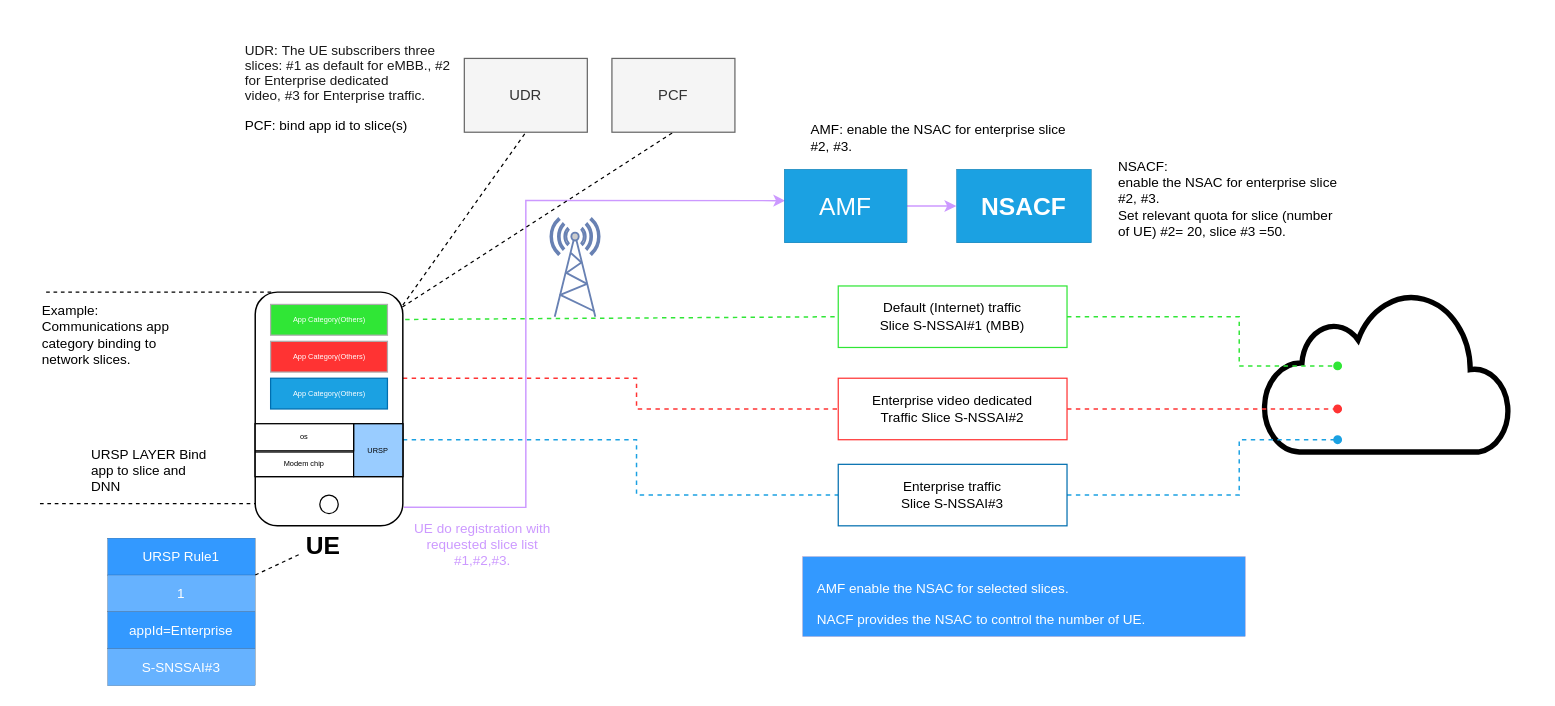
Earlier version of the draw.io diagram demo.drawio (YoungBreezeM/drawio). Source tidied: cells renumbered, new cells numbered last; positions are measured from the earlier drawing's top-left corner, leaving out a move shared by most shapes. Both pictures are drawn from the tidied source at 123%, with x=0, y=0 at pixel (39, 21).
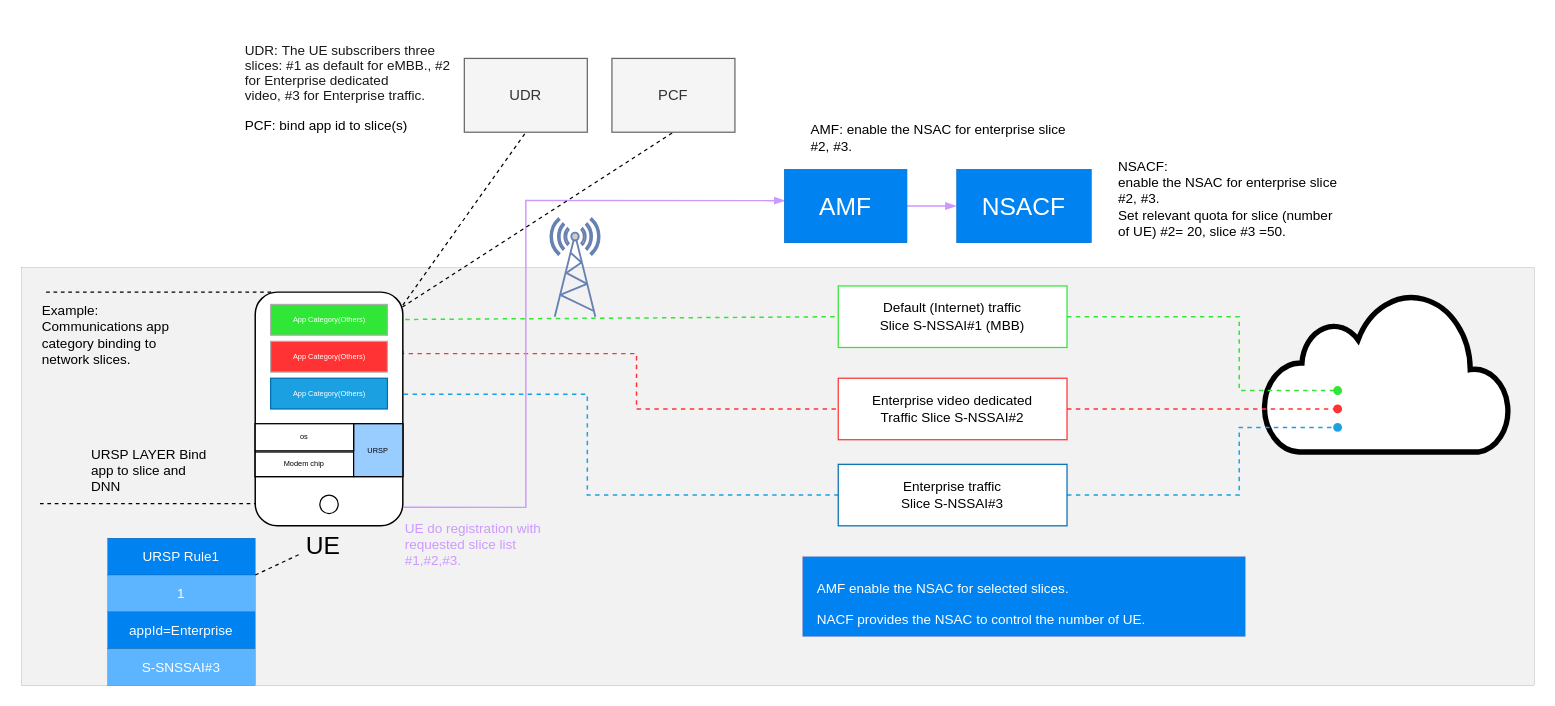
The same diagram, later.

The change refers to these unchanged cells:
```xml
<mxCell id="8" style="rounded=1;whiteSpace=wrap;html=1;strokeWidth=1.2;" parent="1" vertex="1">
  <mxGeometry x="175" y="220" width="120" height="190" as="geometry" />
</mxCell>
<mxCell id="23" value="&lt;p style=&quot;margin-top: 0pt; margin-bottom: 0pt; font-size: 11px;&quot;&gt;&lt;span style=&quot;font-size: 11px; font-family: &amp;quot;Ericsson Hilda&amp;quot;;&quot;&gt;Default (Internet) traffic&lt;br style=&quot;font-size: 11px;&quot;&gt;Slice S-NSSAI#1 (MBB)&lt;/span&gt;&lt;/p&gt;" style="rounded=0;whiteSpace=wrap;html=1;strokeColor=#30E636;fillColor=#FFFFFF;fontColor=#000000;fontSize=11;" parent="1" vertex="1">
  <mxGeometry x="649" y="215" width="186" height="50" as="geometry" />
</mxCell>
<mxCell id="25" value="&lt;p style=&quot;margin-top: 0pt; margin-bottom: 0pt; font-size: 11px;&quot;&gt;&lt;span style=&quot;font-size: 11px; font-family: &amp;quot;Ericsson Hilda&amp;quot;;&quot;&gt;Enterprise video dedicated&lt;br style=&quot;font-size: 11px;&quot;&gt;Traffic Slice S-NSSAI#2&lt;/span&gt;&lt;/p&gt;" style="rounded=0;whiteSpace=wrap;html=1;strokeColor=#FF3333;fillColor=#FFFFFF;fontColor=#000000;fontSize=11;" parent="1" vertex="1">
  <mxGeometry x="649" y="290" width="186" height="50" as="geometry" />
</mxCell>
<mxCell id="28" value="&lt;p style=&quot;margin-top: 0pt; margin-bottom: 0pt; font-size: 11px;&quot;&gt;&lt;span style=&quot;font-size: 11px; font-family: &amp;quot;Ericsson Hilda&amp;quot;;&quot;&gt;Enterprise traffic &lt;br style=&quot;font-size: 11px;&quot;&gt;Slice S-NSSAI#3&lt;/span&gt;&lt;/p&gt;" style="rounded=0;whiteSpace=wrap;html=1;strokeColor=#006EAF;fillColor=#FFFFFF;fontColor=#000000;fontSize=11;" parent="1" vertex="1">
  <mxGeometry x="649" y="360" width="186" height="50" as="geometry" />
</mxCell>
```

Change to the diagram source:
```diff
@@
+    <mxCell id="47" style="rounded=0;whiteSpace=wrap;html=1;strokeWidth=0;fontSize=6;fillColor=#F2F2F2;fontColor=#CCCCCC;" parent="1" vertex="1">
+      <mxGeometry x="-15" y="200" width="1230" height="340" as="geometry" />
+    </mxCell>
@@
-    <mxCell id="5" style="edgeStyle=orthogonalEdgeStyle;rounded=0;jettySize=auto;html=1;entryX=0;entryY=0.5;entryDx=0;entryDy=0;dashed=1;strokeColor=#FF3333;strokeWidth=1.2;fontSize=20;fontColor=#000000;endArrow=none;endFill=0;" parent="1" edge="1" source="8" target="25">
+    <mxCell id="5" style="edgeStyle=orthogonalEdgeStyle;rounded=0;jettySize=auto;html=1;entryX=0;entryY=0.5;entryDx=0;entryDy=0;dashed=1;strokeColor=#FF3333;strokeWidth=1.2;fontSize=20;fontColor=#000000;endArrow=none;endFill=0;exitX=1;exitY=0.25;exitDx=0;exitDy=0;" parent="1" edge="1" source="8" target="25">
       <mxGeometry relative="1" as="geometry">
         <Array as="points">
-          <mxPoint x="485" y="290" />
+          <mxPoint x="295" y="270" />
+          <mxPoint x="485" y="270" />
           <mxPoint x="485" y="315" />
         </Array>
       </mxGeometry>
     </mxCell>
-    <mxCell id="6" style="edgeStyle=orthogonalEdgeStyle;rounded=0;jettySize=auto;html=1;entryX=0;entryY=0.5;entryDx=0;entryDy=0;dashed=1;strokeColor=#1BA1E2;strokeWidth=1.2;fontSize=20;fontColor=#000000;endArrow=none;endFill=0;" parent="1" edge="1" source="8" target="28">
+    <mxCell id="6" style="edgeStyle=orthogonalEdgeStyle;rounded=0;jettySize=auto;html=1;entryX=0;entryY=0.5;entryDx=0;entryDy=0;dashed=1;strokeColor=#1BA1E2;strokeWidth=1.2;fontSize=20;fontColor=#000000;endArrow=none;endFill=0;exitX=1.006;exitY=0.437;exitDx=0;exitDy=0;exitPerimeter=0;" parent="1" edge="1" source="8" target="28">
       <mxGeometry relative="1" as="geometry">
         <Array as="points">
-          <mxPoint x="485" y="340" />
-          <mxPoint x="485" y="385" />
+          <mxPoint x="445" y="303" />
+          <mxPoint x="445" y="385" />
         </Array>
       </mxGeometry>
     </mxCell>
-    <mxCell id="7" style="edgeStyle=orthogonalEdgeStyle;rounded=0;jettySize=auto;html=1;entryX=0.009;entryY=0.427;entryDx=0;entryDy=0;entryPerimeter=0;strokeColor=#CC99FF;strokeWidth=1.2;fontSize=12;fontColor=#FFFFFF;endArrow=classic;endFill=1;exitX=1.008;exitY=0.921;exitDx=0;exitDy=0;exitPerimeter=0;" parent="1" edge="1" source="8" target="38">
+    <mxCell id="7" style="edgeStyle=orthogonalEdgeStyle;rounded=0;jettySize=auto;html=1;entryX=0.009;entryY=0.427;entryDx=0;entryDy=0;entryPerimeter=0;strokeColor=#CC99FF;strokeWidth=1.2;fontSize=12;fontColor=#FFFFFF;endArrow=blockThin;endFill=1;exitX=1.008;exitY=0.921;exitDx=0;exitDy=0;exitPerimeter=0;" parent="1" edge="1" source="8" target="38">
       <mxGeometry relative="1" as="geometry">
         <Array as="points">
           <mxPoint x="395" y="395" />
           <mxPoint x="395" y="146" />
         </Array>
       </mxGeometry>
     </mxCell>
@@
-    <mxCell id="19" value="&lt;font color=&quot;#000000&quot; style=&quot;font-size: 20px;&quot;&gt;&lt;b style=&quot;font-size: 20px;&quot;&gt;UE&lt;/b&gt;&lt;/font&gt;" style="text;html=1;strokeColor=none;fillColor=none;align=center;verticalAlign=middle;whiteSpace=wrap;rounded=0;fontColor=#FFFFFF;fontSize=20;" parent="1" vertex="1">
+    <mxCell id="19" value="&lt;font color=&quot;#000000&quot; style=&quot;font-size: 20px;&quot;&gt;&lt;span style=&quot;font-size: 20px; font-weight: normal;&quot;&gt;UE&lt;/span&gt;&lt;/font&gt;" style="text;html=1;strokeColor=none;fillColor=none;align=center;verticalAlign=middle;whiteSpace=wrap;rounded=0;fontColor=#FFFFFF;fontSize=20;fontStyle=1;" parent="1" vertex="1">
       <mxGeometry x="212.5" y="410" width="35" height="30" as="geometry" />
     </mxCell>
@@
     <mxCell id="22" style="edgeStyle=orthogonalEdgeStyle;rounded=0;jettySize=auto;html=1;dashed=1;strokeColor=#30E636;strokeWidth=1.2;fontSize=20;fontColor=#000000;endArrow=oval;endFill=1;" parent="1" edge="1" source="23">
       <mxGeometry relative="1" as="geometry">
-        <mxPoint x="1055" y="280" as="targetPoint" />
+        <mxPoint x="1055" y="300" as="targetPoint" />
         <Array as="points">
           <mxPoint x="975" y="240" />
-          <mxPoint x="975" y="280" />
+          <mxPoint x="975" y="300" />
+          <mxPoint x="1055" y="300" />
         </Array>
       </mxGeometry>
     </mxCell>
@@
     <mxCell id="27" style="edgeStyle=orthogonalEdgeStyle;rounded=0;jettySize=auto;html=1;dashed=1;strokeColor=#1BA1E2;strokeWidth=1.2;fontSize=20;fontColor=#000000;endArrow=oval;endFill=1;exitX=1;exitY=0.5;exitDx=0;exitDy=0;" parent="1" edge="1" source="28">
       <mxGeometry relative="1" as="geometry">
-        <mxPoint x="1055" y="340" as="targetPoint" />
+        <mxPoint x="1055" y="330" as="targetPoint" />
         <Array as="points">
           <mxPoint x="975" y="385" />
-          <mxPoint x="975" y="340" />
+          <mxPoint x="975" y="330" />
+          <mxPoint x="1055" y="330" />
         </Array>
       </mxGeometry>
     </mxCell>
@@
-    <mxCell id="30" value="&lt;font style=&quot;font-size: 11px;&quot;&gt;URSP Rule1&lt;/font&gt;" style="rounded=0;whiteSpace=wrap;html=1;strokeColor=#000000;strokeWidth=0;fontSize=11;fontColor=#FFFFFF;fillColor=#3399FF;" parent="1" vertex="1">
+    <mxCell id="30" value="&lt;font style=&quot;font-size: 11px;&quot;&gt;URSP Rule1&lt;/font&gt;" style="rounded=0;whiteSpace=wrap;html=1;strokeColor=#000000;strokeWidth=0;fontSize=11;fontColor=#FFFFFF;fillColor=#0082F0;" parent="1" vertex="1">
       <mxGeometry x="55" y="420" width="120" height="30" as="geometry" />
     </mxCell>
@@
-    <mxCell id="32" value="&lt;font style=&quot;font-size: 11px;&quot;&gt;1&lt;/font&gt;" style="rounded=0;whiteSpace=wrap;html=1;strokeColor=#000000;strokeWidth=0;fontSize=11;fontColor=#FFFFFF;fillColor=#66B2FF;" parent="1" vertex="1">
+    <mxCell id="32" value="&lt;font style=&quot;font-size: 11px;&quot;&gt;1&lt;/font&gt;" style="rounded=0;whiteSpace=wrap;html=1;strokeColor=#000000;strokeWidth=0;fontSize=11;fontColor=#FFFFFF;fillColor=#5DB5FF;" parent="1" vertex="1">
       <mxGeometry x="55" y="450" width="120" height="30" as="geometry" />
     </mxCell>
-    <mxCell id="33" value="appId=Enterprise" style="rounded=0;whiteSpace=wrap;html=1;strokeColor=#000000;strokeWidth=0;fontSize=11;fontColor=#FFFFFF;fillColor=#3399FF;" parent="1" vertex="1">
+    <mxCell id="33" value="appId=Enterprise" style="rounded=0;whiteSpace=wrap;html=1;strokeColor=#000000;strokeWidth=0;fontSize=11;fontColor=#FFFFFF;fillColor=#0082F0;" parent="1" vertex="1">
       <mxGeometry x="55" y="480" width="120" height="30" as="geometry" />
     </mxCell>
-    <mxCell id="34" value="S-SNSSAI#3" style="rounded=0;whiteSpace=wrap;html=1;strokeColor=#000000;strokeWidth=0;fontSize=11;fontColor=#FFFFFF;fillColor=#66B2FF;" parent="1" vertex="1">
+    <mxCell id="34" value="S-SNSSAI#3" style="rounded=0;whiteSpace=wrap;html=1;strokeColor=#000000;strokeWidth=0;fontSize=11;fontColor=#FFFFFF;fillColor=#5DB5FF;" parent="1" vertex="1">
       <mxGeometry x="55" y="510" width="120" height="30" as="geometry" />
     </mxCell>
@@
-    <mxCell id="37" style="edgeStyle=orthogonalEdgeStyle;rounded=0;jettySize=auto;html=1;entryX=0;entryY=0.5;entryDx=0;entryDy=0;strokeColor=#CC99FF;strokeWidth=1.2;fontSize=12;fontColor=#FFFFFF;endArrow=classic;endFill=1;" parent="1" edge="1" source="38" target="39">
+    <mxCell id="37" style="edgeStyle=orthogonalEdgeStyle;rounded=0;jettySize=auto;html=1;entryX=0;entryY=0.5;entryDx=0;entryDy=0;strokeColor=#CC99FF;strokeWidth=1.2;fontSize=12;fontColor=#FFFFFF;endArrow=blockThin;endFill=1;" parent="1" edge="1" source="38" target="39">
       <mxGeometry relative="1" as="geometry" />
     </mxCell>
-    <mxCell id="38" value="&lt;span style=&quot;font-size: 20px;&quot;&gt;&lt;font color=&quot;#ffffff&quot; style=&quot;font-size: 20px;&quot;&gt;AMF&lt;/font&gt;&lt;/span&gt;" style="rounded=0;whiteSpace=wrap;html=1;strokeColor=#000000;strokeWidth=0;fontSize=20;fontColor=#000000;fillColor=#1BA1E2;fontStyle=0;" parent="1" vertex="1">
+    <mxCell id="38" value="&lt;span style=&quot;font-size: 20px;&quot;&gt;&lt;font color=&quot;#ffffff&quot; style=&quot;font-size: 20px;&quot;&gt;AMF&lt;/font&gt;&lt;/span&gt;" style="rounded=0;whiteSpace=wrap;html=1;strokeColor=#000000;strokeWidth=0;fontSize=20;fontColor=#000000;fillColor=#0082F0;fontStyle=0;" parent="1" vertex="1">
       <mxGeometry x="605" y="120" width="100" height="60" as="geometry" />
     </mxCell>
-    <mxCell id="39" value="&lt;b style=&quot;font-size: 20px;&quot;&gt;&lt;font color=&quot;#ffffff&quot; style=&quot;font-size: 20px;&quot;&gt;NSACF&lt;/font&gt;&lt;/b&gt;" style="rounded=0;whiteSpace=wrap;html=1;strokeColor=#000000;strokeWidth=0;fontSize=20;fontColor=#000000;fillColor=#1BA1E2;" parent="1" vertex="1">
+    <mxCell id="39" value="&lt;span style=&quot;font-size: 20px;&quot;&gt;&lt;font color=&quot;#ffffff&quot; style=&quot;font-size: 20px;&quot;&gt;NSACF&lt;/font&gt;&lt;/span&gt;" style="rounded=0;whiteSpace=wrap;html=1;strokeColor=#000000;strokeWidth=0;fontSize=20;fontColor=#000000;fillColor=#0082F0;fontStyle=0;" parent="1" vertex="1">
       <mxGeometry x="745" y="120" width="110" height="60" as="geometry" />
     </mxCell>
-    <mxCell id="40" value="&lt;font color=&quot;#cc99ff&quot; style=&quot;font-size: 11px;&quot;&gt;UE do registration with requested slice list #1,#2,#3.&lt;/font&gt;" style="text;html=1;strokeColor=none;fillColor=none;align=center;verticalAlign=middle;whiteSpace=wrap;rounded=0;strokeWidth=1.2;fontSize=11;fontColor=#FFFFFF;" parent="1" vertex="1">
+    <mxCell id="40" value="&lt;font color=&quot;#cc99ff&quot; style=&quot;font-size: 11px;&quot;&gt;UE do registration with requested slice list #1,#2,#3.&lt;/font&gt;" style="text;html=1;strokeColor=none;fillColor=none;align=left;verticalAlign=middle;whiteSpace=wrap;rounded=0;strokeWidth=1.2;fontSize=11;fontColor=#FFFFFF;" parent="1" vertex="1">
       <mxGeometry x="295" y="410" width="130" height="30" as="geometry" />
     </mxCell>
@@
-    <mxCell id="42" value="&lt;p style=&quot;font-size: 11px;&quot;&gt;&lt;span style=&quot;font-size: 11px; font-family: &amp;quot;Ericsson Hilda&amp;quot;;&quot;&gt;AMF enable the NSAC for selected slices.&lt;/span&gt;&lt;/p&gt;&lt;span style=&quot;font-family: &amp;quot;Ericsson Hilda&amp;quot;;&quot;&gt;NACF provides the NSAC to control&amp;nbsp;&lt;/span&gt;&lt;span style=&quot;font-family: &amp;quot;Ericsson Hilda&amp;quot;;&quot;&gt;the number of UE.&lt;/span&gt;" style="rounded=0;whiteSpace=wrap;html=1;strokeColor=#FF3333;strokeWidth=0;fontSize=11;fontColor=#FFFFFF;fillColor=#3399FF;align=left;spacingLeft=10;" parent="1" vertex="1">
+    <mxCell id="42" value="&lt;p style=&quot;font-size: 11px;&quot;&gt;&lt;span style=&quot;font-size: 11px; font-family: &amp;quot;Ericsson Hilda&amp;quot;;&quot;&gt;AMF enable the NSAC for selected slices.&lt;/span&gt;&lt;/p&gt;&lt;span style=&quot;font-family: &amp;quot;Ericsson Hilda&amp;quot;;&quot;&gt;NACF provides the NSAC to control&amp;nbsp;&lt;/span&gt;&lt;span style=&quot;font-family: &amp;quot;Ericsson Hilda&amp;quot;;&quot;&gt;the number of UE.&lt;/span&gt;" style="rounded=0;whiteSpace=wrap;html=1;strokeColor=#FF3333;strokeWidth=0;fontSize=11;fontColor=#FFFFFF;fillColor=#0082F0;align=left;spacingLeft=10;" parent="1" vertex="1">
       <mxGeometry x="620" y="435" width="360" height="65" as="geometry" />
     </mxCell>
```
